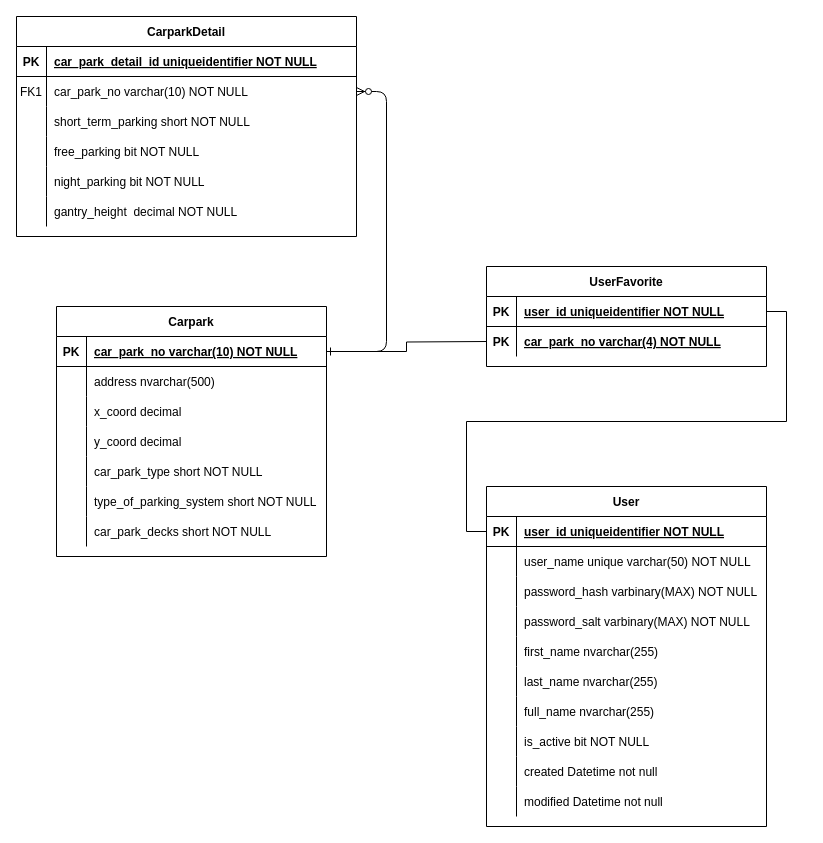
Above: Untitled Diagram.drawio in A41056/ERD (draw.io), before the change. Source tidied: cells renumbered, new cells numbered last; positions are measured from the earlier drawing's top-left corner, leaving out a move shared by most shapes. Both pictures are drawn from the tidied source at 100%, with x=0, y=0 at pixel (16, 16).
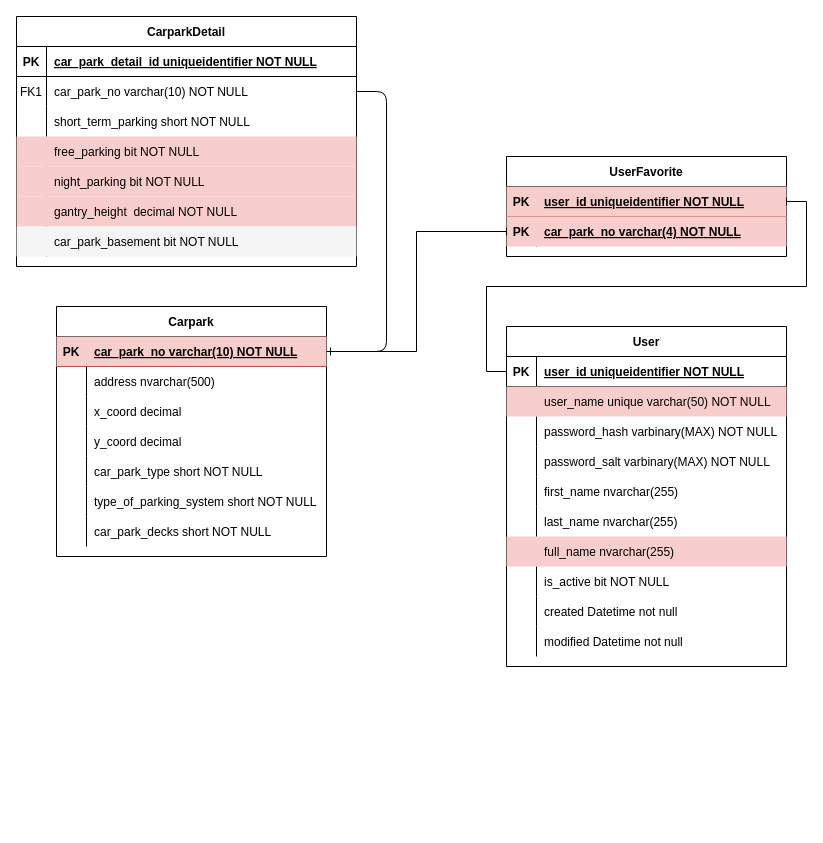
The same diagram, later.

The change refers to these unchanged cells:
```xml
<mxCell id="7" style="shape=partialRectangle;fillColor=none;points=[[0,0.5],[1,0.5]];portConstraint=eastwest;top=0;left=0;right=0;bottom=0;" parent="3" vertex="1">
  <mxGeometry y="60" width="340" height="30" as="geometry" />
</mxCell>
<mxCell id="53" value="Carpark" style="shape=table;startSize=30;childLayout=tableLayout;rowLines=0;fontStyle=1;align=center;" parent="1" vertex="1">
  <mxGeometry x="40" y="290" width="270" height="250" as="geometry" />
</mxCell>
```

Change to the diagram source:
```diff
@@
-    <mxCell id="2" style="edgeStyle=entityRelationEdgeStyle;endArrow=ERzeroToMany;startArrow=ERone;endFill=1;startFill=0;" parent="1" edge="1" source="54" target="7">
+    <mxCell id="2" style="edgeStyle=entityRelationEdgeStyle;endArrow=baseDash;startArrow=ERone;endFill=0;startFill=0;" parent="1" edge="1" source="54" target="7">
       <mxGeometry relative="1" as="geometry" />
     </mxCell>
     <mxCell id="3" value="CarparkDetail" style="shape=table;startSize=30;childLayout=tableLayout;rowLines=0;fontStyle=1;align=center;" parent="1" vertex="1">
-      <mxGeometry width="340" height="220" as="geometry" />
+      <mxGeometry width="340" height="250" as="geometry" />
     </mxCell>
@@
-    <mxCell id="13" style="shape=partialRectangle;fillColor=none;top=0;left=0;right=0;bottom=0;" parent="3" vertex="1">
+    <mxCell id="13" style="shape=partialRectangle;fillColor=#f8cecc;top=0;left=0;right=0;bottom=0;strokeColor=#b85450;" parent="3" vertex="1">
       <mxGeometry y="120" width="340" height="30" as="geometry" />
     </mxCell>
@@
-    <mxCell id="16" style="shape=partialRectangle;fillColor=none;top=0;left=0;right=0;bottom=0;" parent="3" vertex="1">
+    <mxCell id="16" style="shape=partialRectangle;fillColor=#f8cecc;top=0;left=0;right=0;bottom=0;strokeColor=#b85450;" parent="3" vertex="1">
       <mxGeometry y="150" width="340" height="30" as="geometry" />
     </mxCell>
@@
-    <mxCell id="19" style="shape=partialRectangle;fillColor=none;top=0;left=0;right=0;bottom=0;" parent="3" vertex="1">
+    <mxCell id="19" style="shape=partialRectangle;fillColor=#f8cecc;top=0;left=0;right=0;bottom=0;strokeColor=#b85450;" parent="3" vertex="1">
       <mxGeometry y="180" width="340" height="30" as="geometry" />
     </mxCell>
@@
+    <mxCell id="84" style="shape=partialRectangle;top=0;left=0;right=0;bottom=0;fillColor=#f5f5f5;fontColor=#333333;strokeColor=#666666;" parent="3" vertex="1">
+      <mxGeometry y="210" width="340" height="30" as="geometry" />
+    </mxCell>
+    <mxCell id="85" style="shape=partialRectangle;overflow=hidden;fillColor=none;top=0;left=0;bottom=0;right=0;" parent="84" vertex="1">
+      <mxGeometry width="30" height="30" as="geometry" />
+    </mxCell>
+    <mxCell id="86" value="car_park_basement bit NOT NULL" style="shape=partialRectangle;overflow=hidden;fillColor=none;top=0;left=0;bottom=0;right=0;align=left;spacingLeft=6;" parent="84" vertex="1">
+      <mxGeometry x="30" width="310" height="30" as="geometry" />
+    </mxCell>
     <mxCell id="22" value="User" style="shape=table;startSize=30;childLayout=tableLayout;rowLines=0;fontStyle=1;align=center;" parent="1" vertex="1">
-      <mxGeometry x="470" y="470" width="280" height="340" as="geometry" />
+      <mxGeometry x="490" y="310" width="280" height="340" as="geometry" />
     </mxCell>
@@
-    <mxCell id="26" style="shape=partialRectangle;fillColor=none;top=0;left=0;right=0;bottom=0;" parent="22" vertex="1">
+    <mxCell id="26" style="shape=partialRectangle;fillColor=#f8cecc;top=0;left=0;right=0;bottom=0;strokeColor=#b85450;" parent="22" vertex="1">
       <mxGeometry y="60" width="280" height="30" as="geometry" />
     </mxCell>
@@
-    <mxCell id="41" style="shape=partialRectangle;fillColor=none;top=0;left=0;right=0;bottom=0;" parent="22" vertex="1">
+    <mxCell id="41" style="shape=partialRectangle;fillColor=#f8cecc;top=0;left=0;right=0;bottom=0;strokeColor=#b85450;" parent="22" vertex="1">
       <mxGeometry y="210" width="280" height="30" as="geometry" />
     </mxCell>
@@
-    <mxCell id="54" style="shape=partialRectangle;fillColor=none;points=[[0,0.5],[1,0.5]];portConstraint=eastwest;top=0;left=0;right=0;bottom=1;" parent="53" vertex="1">
+    <mxCell id="54" style="shape=partialRectangle;fillColor=#f8cecc;points=[[0,0.5],[1,0.5]];portConstraint=eastwest;top=0;left=0;right=0;bottom=1;labelBackgroundColor=none;strokeColor=#b85450;" parent="53" vertex="1">
       <mxGeometry y="30" width="270" height="30" as="geometry" />
     </mxCell>
@@
     <mxCell id="75" value="UserFavorite" style="shape=table;startSize=30;childLayout=tableLayout;rowLines=0;fontStyle=1;align=center;" parent="1" vertex="1">
-      <mxGeometry x="470" y="250" width="280" height="100" as="geometry" />
+      <mxGeometry x="490" y="140" width="280" height="100" as="geometry" />
     </mxCell>
-    <mxCell id="76" style="shape=partialRectangle;fillColor=none;points=[[0,0.5],[1,0.5]];portConstraint=eastwest;top=0;left=0;right=0;bottom=1;" parent="75" vertex="1">
+    <mxCell id="76" style="shape=partialRectangle;fillColor=#f8cecc;points=[[0,0.5],[1,0.5]];portConstraint=eastwest;top=0;left=0;right=0;bottom=1;strokeColor=#b85450;" parent="75" vertex="1">
       <mxGeometry y="30" width="280" height="30" as="geometry" />
     </mxCell>
@@
-    <mxCell id="79" style="shape=partialRectangle;fillColor=none;points=[[0,0.5],[1,0.5]];portConstraint=eastwest;top=0;left=0;right=0;bottom=0;" parent="75" vertex="1">
+    <mxCell id="79" style="shape=partialRectangle;fillColor=#f8cecc;points=[[0,0.5],[1,0.5]];portConstraint=eastwest;top=0;left=0;right=0;bottom=0;strokeColor=#b85450;" parent="75" vertex="1">
       <mxGeometry y="60" width="280" height="30" as="geometry" />
     </mxCell>
@@
-    <mxCell id="82" style="edgeStyle=orthogonalEdgeStyle;rounded=0;jettySize=auto;html=1;endArrow=baseDash;endFill=0;" parent="1" edge="1" source="54">
-      <mxGeometry relative="1" as="geometry">
-        <mxPoint x="470" y="325" as="targetPoint" />
-      </mxGeometry>
+    <mxCell id="82" style="edgeStyle=orthogonalEdgeStyle;rounded=0;jettySize=auto;html=1;endArrow=baseDash;endFill=0;" parent="1" edge="1" source="54" target="79">
+      <mxGeometry relative="1" as="geometry" />
     </mxCell>
```
